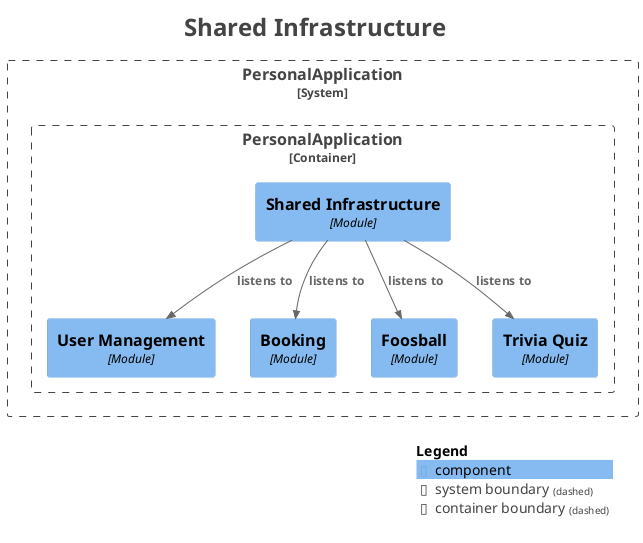
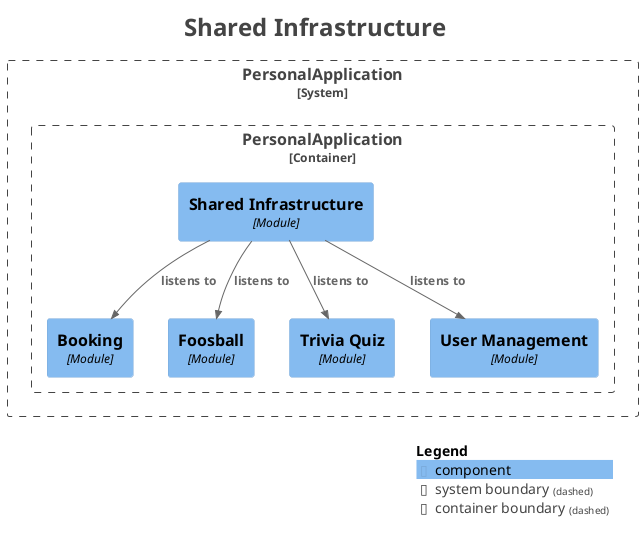
@startuml
title <size:24>Shared Infrastructure</size>

set separator none
top to bottom direction

<style>
  root {
    BackgroundColor: #ffffff
    FontColor: #444444
  }
</style>

!include <C4/C4>
!include <C4/C4_Context>
!include <C4/C4_Component>

System_Boundary("PersonalApplication_boundary", "PersonalApplication", $tags="") {
  Container_Boundary("PersonalApplication.PersonalApplication_boundary", "PersonalApplication", $tags="") {
-     Component(PersonalApplication.PersonalApplication.UserManagement, "User Management", $techn="Module", $descr="", $tags="", $link="")
    Component(PersonalApplication.PersonalApplication.SharedInfrastructure, "Shared Infrastructure", $techn="Module", $descr="", $tags="", $link="")
    Component(PersonalApplication.PersonalApplication.Booking, "Booking", $techn="Module", $descr="", $tags="", $link="")
    Component(PersonalApplication.PersonalApplication.Foosball, "Foosball", $techn="Module", $descr="", $tags="", $link="")
    Component(PersonalApplication.PersonalApplication.TriviaQuiz, "Trivia Quiz", $techn="Module", $descr="", $tags="", $link="")
+     Component(PersonalApplication.PersonalApplication.UserManagement, "User Management", $techn="Module", $descr="", $tags="", $link="")
  }

}

+ Rel(PersonalApplication.PersonalApplication.SharedInfrastructure, PersonalApplication.PersonalApplication.TriviaQuiz, "listens to", $techn="", $tags="", $link="")
Rel(PersonalApplication.PersonalApplication.SharedInfrastructure, PersonalApplication.PersonalApplication.UserManagement, "listens to", $techn="", $tags="", $link="")
- Rel(PersonalApplication.PersonalApplication.SharedInfrastructure, PersonalApplication.PersonalApplication.TriviaQuiz, "listens to", $techn="", $tags="", $link="")
Rel(PersonalApplication.PersonalApplication.SharedInfrastructure, PersonalApplication.PersonalApplication.Foosball, "listens to", $techn="", $tags="", $link="")
Rel(PersonalApplication.PersonalApplication.SharedInfrastructure, PersonalApplication.PersonalApplication.Booking, "listens to", $techn="", $tags="", $link="")

SHOW_LEGEND(true)
hide stereotypes
- @enduml
+ @enduml